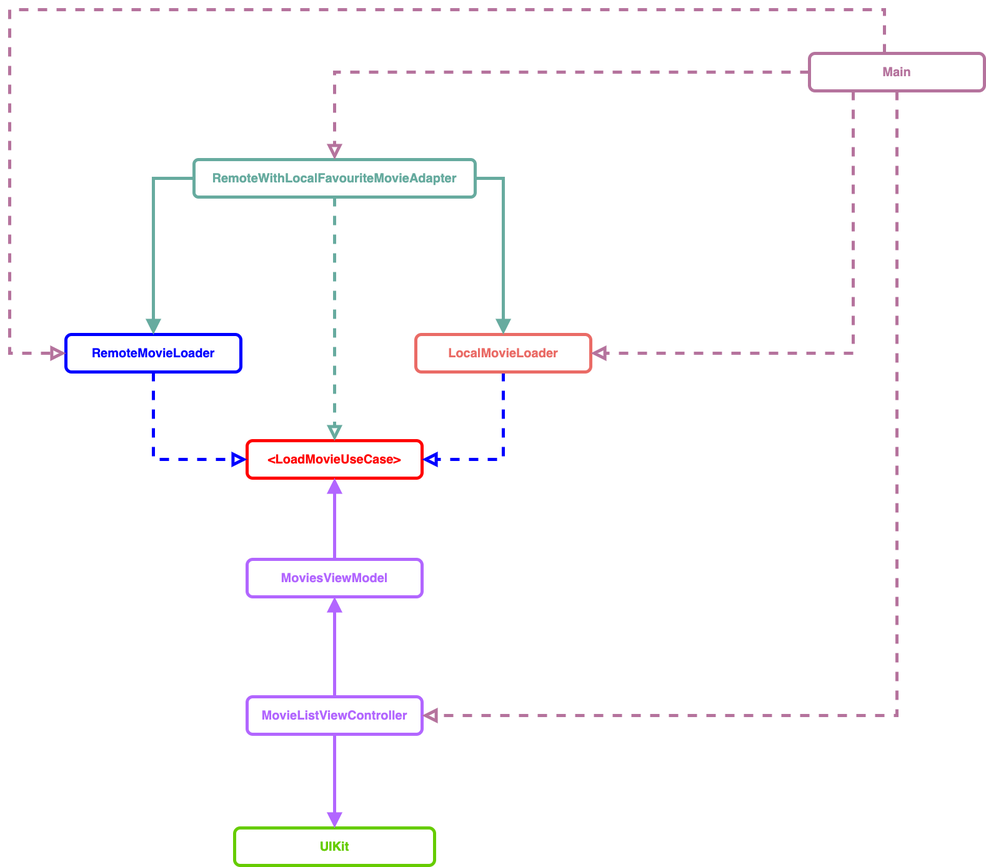
The draw.io diagram MVP Code Challenge Architecture.drawio.png in MehtabAhmad/MVPCodeChallenge, before a commit. Source tidied: cells renumbered, new cells last; positions are measured from the earlier drawing's top-left corner, leaving out a move shared by most shapes. Its diagram source:
```xml
<mxGraphModel background="#ffffff">
  <root>
    <mxCell id="0" />
    <mxCell id="1" parent="0" />
    <mxCell id="2" value="&lt;span style=&quot;font-size: 20px;&quot;&gt;&lt;font color=&quot;#66cc00&quot; style=&quot;font-size: 20px;&quot;&gt;UIKit&lt;/font&gt;&lt;/span&gt;" style="rounded=1;whiteSpace=wrap;html=1;fillColor=default;strokeWidth=5;strokeColor=#66CC00;fontSize=20;fontStyle=1;" parent="1" vertex="1">
      <mxGeometry x="360" y="1310" width="320" height="60" as="geometry" />
    </mxCell>
    <mxCell id="3" style="edgeStyle=orthogonalEdgeStyle;rounded=0;jettySize=auto;html=1;exitX=0.5;exitY=0;exitDx=0;exitDy=0;strokeColor=#B266FF;strokeWidth=5;fontSize=20;fontColor=#B5739D;endArrow=block;endFill=1;endSize=12;" parent="1" edge="1" source="5" target="21">
      <mxGeometry relative="1" as="geometry" />
    </mxCell>
    <mxCell id="4" style="edgeStyle=orthogonalEdgeStyle;rounded=0;jettySize=auto;html=1;exitX=0.5;exitY=1;exitDx=0;exitDy=0;entryX=0.5;entryY=0;entryDx=0;entryDy=0;strokeColor=#B266FF;strokeWidth=5;fontSize=20;fontColor=#B5739D;endArrow=block;endFill=1;endSize=12;" parent="1" edge="1" source="5" target="2">
      <mxGeometry relative="1" as="geometry" />
    </mxCell>
    <mxCell id="5" value="&lt;font style=&quot;font-size: 20px;&quot; color=&quot;#b266ff&quot;&gt;&lt;span style=&quot;font-size: 20px;&quot;&gt;MovieListViewController&lt;/span&gt;&lt;/font&gt;" style="rounded=1;whiteSpace=wrap;html=1;strokeColor=#B266FF;strokeWidth=5;fontSize=20;fontColor=#66CC00;fillColor=default;fontStyle=1;" parent="1" vertex="1">
      <mxGeometry x="380" y="1100" width="280" height="60" as="geometry" />
    </mxCell>
    <mxCell id="6" value="&lt;font color=&quot;#ff0000&quot; style=&quot;font-size: 20px;&quot;&gt;&lt;span style=&quot;font-size: 20px;&quot;&gt;&amp;lt;LoadMovieUseCase&amp;gt;&lt;/span&gt;&lt;/font&gt;" style="rounded=1;whiteSpace=wrap;html=1;strokeColor=#FF0000;strokeWidth=5;fontSize=20;fontColor=#66CC00;fillColor=default;fontStyle=1;" parent="1" vertex="1">
      <mxGeometry x="380" y="690" width="280" height="60" as="geometry" />
    </mxCell>
    <mxCell id="7" style="edgeStyle=orthogonalEdgeStyle;rounded=0;jettySize=auto;html=1;exitX=0.5;exitY=1;exitDx=0;exitDy=0;entryX=0;entryY=0.5;entryDx=0;entryDy=0;dashed=1;strokeColor=#0000FF;strokeWidth=5;fontSize=20;fontColor=#EA6B66;endArrow=block;endFill=0;endSize=12;fontStyle=1;" parent="1" edge="1" source="8" target="6">
      <mxGeometry relative="1" as="geometry" />
    </mxCell>
    <mxCell id="8" value="&lt;font color=&quot;#0000ff&quot; style=&quot;font-size: 20px;&quot;&gt;&lt;span style=&quot;font-size: 20px;&quot;&gt;RemoteMovieLoader&lt;/span&gt;&lt;/font&gt;" style="rounded=1;whiteSpace=wrap;html=1;strokeColor=#0000FF;strokeWidth=5;fontSize=20;fontColor=#66CC00;fillColor=default;fontStyle=1;" parent="1" vertex="1">
      <mxGeometry x="90" y="520" width="280" height="60" as="geometry" />
    </mxCell>
    <mxCell id="9" style="edgeStyle=orthogonalEdgeStyle;rounded=0;jettySize=auto;html=1;exitX=0.5;exitY=1;exitDx=0;exitDy=0;entryX=1;entryY=0.5;entryDx=0;entryDy=0;dashed=1;strokeColor=#0000FF;strokeWidth=5;fontSize=20;fontColor=#EA6B66;endArrow=block;endFill=0;endSize=12;fontStyle=1;" parent="1" edge="1" source="10" target="6">
      <mxGeometry relative="1" as="geometry" />
    </mxCell>
    <mxCell id="10" value="&lt;font color=&quot;#ea6b66&quot; style=&quot;font-size: 20px;&quot;&gt;&lt;span style=&quot;font-size: 20px;&quot;&gt;LocalMovieLoader&lt;/span&gt;&lt;/font&gt;" style="rounded=1;whiteSpace=wrap;html=1;strokeColor=#EA6B66;strokeWidth=5;fontSize=20;fontColor=#66CC00;fillColor=default;fontStyle=1;" parent="1" vertex="1">
      <mxGeometry x="650" y="520" width="280" height="60" as="geometry" />
    </mxCell>
    <mxCell id="11" style="edgeStyle=orthogonalEdgeStyle;rounded=0;jettySize=auto;html=1;exitX=0.5;exitY=1;exitDx=0;exitDy=0;entryX=0.5;entryY=0;entryDx=0;entryDy=0;dashed=1;strokeColor=#67AB9F;strokeWidth=5;fontSize=20;fontColor=#EA6B66;endArrow=block;endFill=0;endSize=12;fontStyle=1;" parent="1" edge="1" source="14" target="6">
      <mxGeometry relative="1" as="geometry" />
    </mxCell>
    <mxCell id="12" style="edgeStyle=orthogonalEdgeStyle;rounded=0;jettySize=auto;html=1;exitX=1;exitY=0.5;exitDx=0;exitDy=0;entryX=0.5;entryY=0;entryDx=0;entryDy=0;strokeColor=#67AB9F;strokeWidth=5;fontSize=20;fontColor=#EA6B66;endArrow=block;endFill=1;endSize=12;fontStyle=1;" parent="1" edge="1" source="14" target="10">
      <mxGeometry relative="1" as="geometry" />
    </mxCell>
    <mxCell id="13" style="edgeStyle=orthogonalEdgeStyle;rounded=0;jettySize=auto;html=1;exitX=0;exitY=0.5;exitDx=0;exitDy=0;entryX=0.5;entryY=0;entryDx=0;entryDy=0;strokeColor=#67AB9F;strokeWidth=5;fontSize=20;fontColor=#EA6B66;endArrow=block;endFill=1;endSize=12;fontStyle=1;" parent="1" edge="1" source="14" target="8">
      <mxGeometry relative="1" as="geometry" />
    </mxCell>
    <mxCell id="14" value="&lt;font color=&quot;#67ab9f&quot; style=&quot;font-size: 20px;&quot;&gt;&lt;span style=&quot;font-size: 20px;&quot;&gt;RemoteWithLocalFavouriteMovieAdapter&lt;/span&gt;&lt;/font&gt;" style="rounded=1;whiteSpace=wrap;html=1;strokeColor=#67AB9F;strokeWidth=5;fontSize=20;fontColor=#66CC00;fillColor=default;imageWidth=29;arcSize=12;fontStyle=1;" parent="1" vertex="1">
      <mxGeometry x="295" y="240" width="450" height="60" as="geometry" />
    </mxCell>
    <mxCell id="15" style="edgeStyle=orthogonalEdgeStyle;rounded=0;jettySize=auto;html=1;exitX=0;exitY=0.5;exitDx=0;exitDy=0;entryX=0;entryY=0.5;entryDx=0;entryDy=0;strokeColor=#B5739D;strokeWidth=5;fontSize=20;fontColor=#B5739D;endArrow=block;endFill=0;endSize=12;dashed=1;" parent="1" edge="1" source="19" target="8">
      <mxGeometry relative="1" as="geometry">
        <Array as="points">
          <mxPoint x="1400" y="100" />
          <mxPoint x="1400" />
          <mxPoint />
          <mxPoint y="550" />
        </Array>
      </mxGeometry>
    </mxCell>
    <mxCell id="16" style="edgeStyle=orthogonalEdgeStyle;rounded=0;jettySize=auto;html=1;exitX=0;exitY=0.5;exitDx=0;exitDy=0;entryX=0.5;entryY=0;entryDx=0;entryDy=0;strokeColor=#B5739D;strokeWidth=5;fontSize=20;fontColor=#B5739D;endArrow=block;endFill=0;endSize=12;dashed=1;" parent="1" edge="1" source="19" target="14">
      <mxGeometry relative="1" as="geometry" />
    </mxCell>
    <mxCell id="17" style="edgeStyle=orthogonalEdgeStyle;rounded=0;jettySize=auto;html=1;exitX=0.25;exitY=1;exitDx=0;exitDy=0;entryX=1;entryY=0.5;entryDx=0;entryDy=0;strokeColor=#B5739D;strokeWidth=5;fontSize=20;fontColor=#B5739D;endArrow=block;endFill=0;endSize=12;dashed=1;" parent="1" edge="1" source="19" target="10">
      <mxGeometry relative="1" as="geometry" />
    </mxCell>
    <mxCell id="18" style="edgeStyle=orthogonalEdgeStyle;rounded=0;jettySize=auto;html=1;exitX=0.5;exitY=1;exitDx=0;exitDy=0;entryX=1;entryY=0.5;entryDx=0;entryDy=0;strokeColor=#B5739D;strokeWidth=5;fontSize=20;fontColor=#B5739D;endArrow=block;endFill=0;endSize=12;dashed=1;" parent="1" edge="1" source="19" target="5">
      <mxGeometry relative="1" as="geometry" />
    </mxCell>
    <mxCell id="19" value="&lt;font color=&quot;#b5739d&quot; style=&quot;font-size: 20px;&quot;&gt;&lt;span style=&quot;font-size: 20px;&quot;&gt;Main&lt;/span&gt;&lt;/font&gt;" style="rounded=1;whiteSpace=wrap;html=1;strokeColor=#B5739D;strokeWidth=5;fontSize=20;fontColor=#66CC00;fillColor=default;fontStyle=1;" parent="1" vertex="1">
      <mxGeometry x="1280" y="70" width="280" height="60" as="geometry" />
    </mxCell>
    <mxCell id="20" style="edgeStyle=orthogonalEdgeStyle;rounded=0;jettySize=auto;html=1;exitX=0.5;exitY=0;exitDx=0;exitDy=0;entryX=0.5;entryY=1;entryDx=0;entryDy=0;strokeColor=#B266FF;strokeWidth=5;fontSize=20;fontColor=#B5739D;endArrow=block;endFill=1;endSize=12;" parent="1" edge="1" source="21" target="6">
      <mxGeometry relative="1" as="geometry" />
    </mxCell>
    <mxCell id="21" value="&lt;font style=&quot;font-size: 20px;&quot; color=&quot;#b266ff&quot;&gt;&lt;span style=&quot;font-size: 20px;&quot;&gt;MoviesViewModel&lt;/span&gt;&lt;/font&gt;" style="rounded=1;whiteSpace=wrap;html=1;strokeColor=#B266FF;strokeWidth=5;fontSize=20;fontColor=#66CC00;fillColor=default;fontStyle=1;" parent="1" vertex="1">
      <mxGeometry x="380" y="880" width="280" height="60" as="geometry" />
    </mxCell>
  </root>
</mxGraphModel>
```
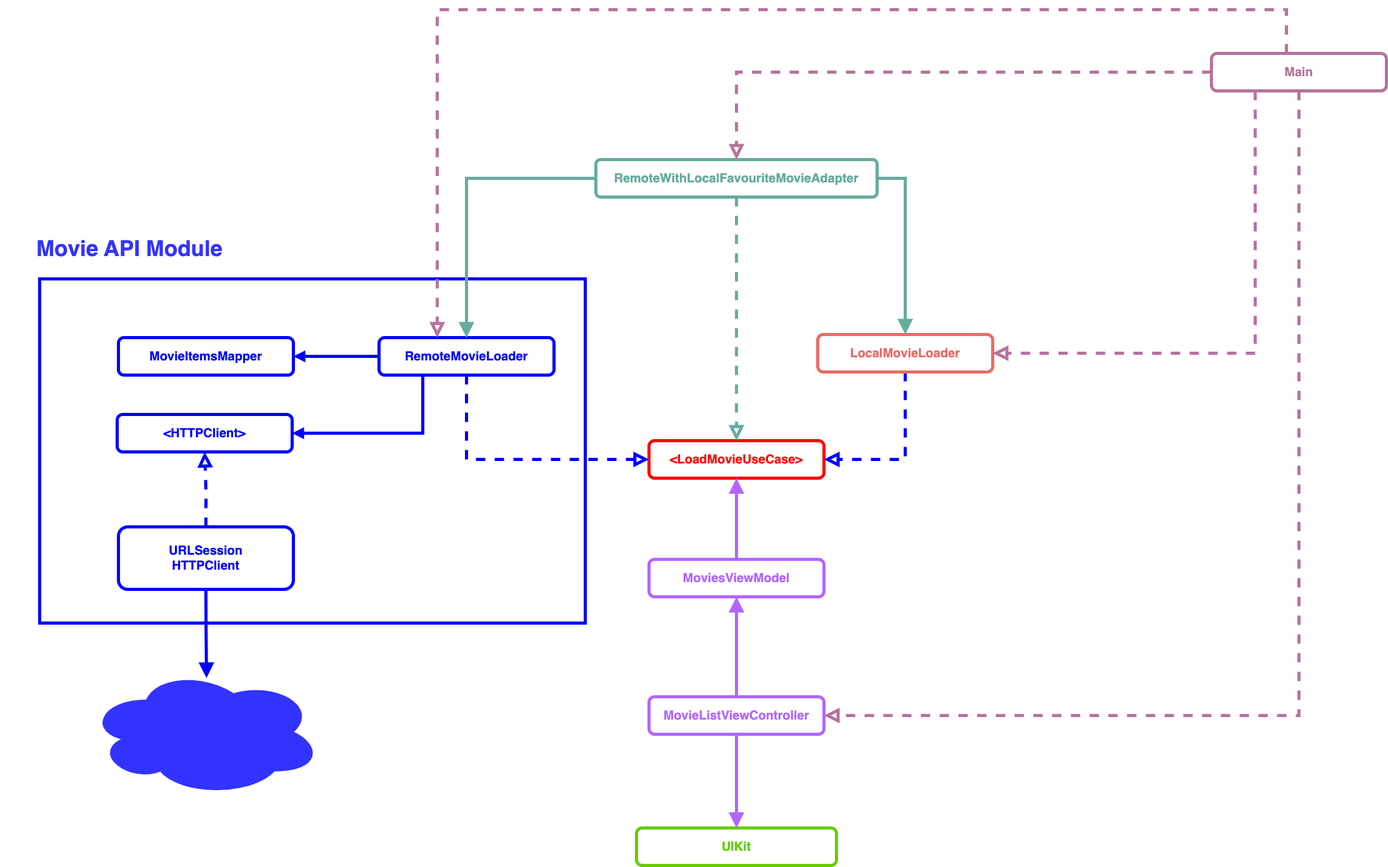
After the change.

Commit message:
Update architecture diagram

What changed in the source:
```diff
@@ -2,6 +2,9 @@
   <root>
     <mxCell id="0" />
     <mxCell id="1" parent="0" />
+    <mxCell id="22" style="rounded=0;whiteSpace=wrap;html=1;strokeColor=#0000FF;strokeWidth=5;" parent="1" vertex="1">
+      <mxGeometry x="-595" y="431" width="873" height="551" as="geometry" />
+    </mxCell>
     <mxCell id="2" value="&lt;span style=&quot;font-size: 20px;&quot;&gt;&lt;font color=&quot;#66cc00&quot; style=&quot;font-size: 20px;&quot;&gt;UIKit&lt;/font&gt;&lt;/span&gt;" style="rounded=1;whiteSpace=wrap;html=1;fillColor=default;strokeWidth=5;strokeColor=#66CC00;fontSize=20;fontStyle=1;" parent="1" vertex="1">
       <mxGeometry x="360" y="1310" width="320" height="60" as="geometry" />
     </mxCell>
@@ -20,8 +23,14 @@
     <mxCell id="7" style="edgeStyle=orthogonalEdgeStyle;rounded=0;jettySize=auto;html=1;exitX=0.5;exitY=1;exitDx=0;exitDy=0;entryX=0;entryY=0.5;entryDx=0;entryDy=0;dashed=1;strokeColor=#0000FF;strokeWidth=5;fontSize=20;fontColor=#EA6B66;endArrow=block;endFill=0;endSize=12;fontStyle=1;" parent="1" edge="1" source="8" target="6">
       <mxGeometry relative="1" as="geometry" />
     </mxCell>
+    <mxCell id="23" style="edgeStyle=orthogonalEdgeStyle;rounded=0;jettySize=auto;html=1;exitX=0;exitY=0.5;exitDx=0;exitDy=0;entryX=1;entryY=0.5;entryDx=0;entryDy=0;strokeColor=#0000FF;strokeWidth=5;endArrow=block;endFill=1;" parent="1" edge="1" source="8" target="25">
+      <mxGeometry relative="1" as="geometry" />
+    </mxCell>
+    <mxCell id="24" style="edgeStyle=orthogonalEdgeStyle;rounded=0;jettySize=auto;html=1;exitX=0.25;exitY=1;exitDx=0;exitDy=0;entryX=1;entryY=0.5;entryDx=0;entryDy=0;strokeColor=#0000FF;strokeWidth=5;endArrow=block;endFill=1;" parent="1" edge="1" source="8" target="26">
+      <mxGeometry relative="1" as="geometry" />
+    </mxCell>
     <mxCell id="8" value="&lt;font color=&quot;#0000ff&quot; style=&quot;font-size: 20px;&quot;&gt;&lt;span style=&quot;font-size: 20px;&quot;&gt;RemoteMovieLoader&lt;/span&gt;&lt;/font&gt;" style="rounded=1;whiteSpace=wrap;html=1;strokeColor=#0000FF;strokeWidth=5;fontSize=20;fontColor=#66CC00;fillColor=default;fontStyle=1;" parent="1" vertex="1">
-      <mxGeometry x="90" y="520" width="280" height="60" as="geometry" />
+      <mxGeometry x="-52" y="525" width="280" height="60" as="geometry" />
     </mxCell>
     <mxCell id="9" style="edgeStyle=orthogonalEdgeStyle;rounded=0;jettySize=auto;html=1;exitX=0.5;exitY=1;exitDx=0;exitDy=0;entryX=1;entryY=0.5;entryDx=0;entryDy=0;dashed=1;strokeColor=#0000FF;strokeWidth=5;fontSize=20;fontColor=#EA6B66;endArrow=block;endFill=0;endSize=12;fontStyle=1;" parent="1" edge="1" source="10" target="6">
       <mxGeometry relative="1" as="geometry" />
@@ -41,13 +50,12 @@
     <mxCell id="14" value="&lt;font color=&quot;#67ab9f&quot; style=&quot;font-size: 20px;&quot;&gt;&lt;span style=&quot;font-size: 20px;&quot;&gt;RemoteWithLocalFavouriteMovieAdapter&lt;/span&gt;&lt;/font&gt;" style="rounded=1;whiteSpace=wrap;html=1;strokeColor=#67AB9F;strokeWidth=5;fontSize=20;fontColor=#66CC00;fillColor=default;imageWidth=29;arcSize=12;fontStyle=1;" parent="1" vertex="1">
       <mxGeometry x="295" y="240" width="450" height="60" as="geometry" />
     </mxCell>
-    <mxCell id="15" style="edgeStyle=orthogonalEdgeStyle;rounded=0;jettySize=auto;html=1;exitX=0;exitY=0.5;exitDx=0;exitDy=0;entryX=0;entryY=0.5;entryDx=0;entryDy=0;strokeColor=#B5739D;strokeWidth=5;fontSize=20;fontColor=#B5739D;endArrow=block;endFill=0;endSize=12;dashed=1;" parent="1" edge="1" source="19" target="8">
+    <mxCell id="15" style="edgeStyle=orthogonalEdgeStyle;rounded=0;jettySize=auto;html=1;exitX=0;exitY=0.5;exitDx=0;exitDy=0;strokeColor=#B5739D;strokeWidth=5;fontSize=20;fontColor=#B5739D;endArrow=block;endFill=0;endSize=12;dashed=1;" parent="1" edge="1" source="19" target="8">
       <mxGeometry relative="1" as="geometry">
         <Array as="points">
           <mxPoint x="1400" y="100" />
           <mxPoint x="1400" />
-          <mxPoint />
-          <mxPoint y="550" />
+          <mxPoint x="41" />
         </Array>
       </mxGeometry>
     </mxCell>
@@ -69,5 +77,28 @@
     <mxCell id="21" value="&lt;font style=&quot;font-size: 20px;&quot; color=&quot;#b266ff&quot;&gt;&lt;span style=&quot;font-size: 20px;&quot;&gt;MoviesViewModel&lt;/span&gt;&lt;/font&gt;" style="rounded=1;whiteSpace=wrap;html=1;strokeColor=#B266FF;strokeWidth=5;fontSize=20;fontColor=#66CC00;fillColor=default;fontStyle=1;" parent="1" vertex="1">
       <mxGeometry x="380" y="880" width="280" height="60" as="geometry" />
     </mxCell>
+    <mxCell id="25" value="&lt;font color=&quot;#0000ff&quot;&gt;MovieItemsMapper&lt;/font&gt;" style="rounded=1;whiteSpace=wrap;html=1;strokeColor=#0000FF;strokeWidth=5;fontSize=20;fontColor=#66CC00;fillColor=default;fontStyle=1;" parent="1" vertex="1">
+      <mxGeometry x="-469" y="525" width="280" height="60" as="geometry" />
+    </mxCell>
+    <mxCell id="26" value="&lt;font color=&quot;#0000ff&quot; style=&quot;font-size: 20px;&quot;&gt;&lt;span style=&quot;font-size: 20px;&quot;&gt;&amp;lt;HTTPClient&amp;gt;&lt;/span&gt;&lt;/font&gt;" style="rounded=1;whiteSpace=wrap;html=1;strokeColor=#0000FF;strokeWidth=5;fontSize=20;fontColor=#66CC00;fillColor=default;fontStyle=1;" parent="1" vertex="1">
+      <mxGeometry x="-471" y="648" width="280" height="60" as="geometry" />
+    </mxCell>
+    <mxCell id="27" style="edgeStyle=orthogonalEdgeStyle;rounded=0;jettySize=auto;html=1;exitX=0.5;exitY=0;exitDx=0;exitDy=0;entryX=0.5;entryY=1;entryDx=0;entryDy=0;strokeColor=#0000FF;strokeWidth=5;endArrow=block;endFill=0;dashed=1;endSize=12;" parent="1" edge="1" source="29" target="26">
+      <mxGeometry relative="1" as="geometry" />
+    </mxCell>
+    <mxCell id="28" style="edgeStyle=orthogonalEdgeStyle;rounded=0;jettySize=auto;html=1;exitX=0.5;exitY=1;exitDx=0;exitDy=0;strokeColor=#0000FF;strokeWidth=5;endArrow=block;endFill=1;endSize=12;" parent="1" edge="1" source="29">
+      <mxGeometry relative="1" as="geometry">
+        <mxPoint x="-328" y="1070" as="targetPoint" />
+      </mxGeometry>
+    </mxCell>
+    <mxCell id="29" value="&lt;font color=&quot;#0000ff&quot; style=&quot;font-size: 20px;&quot;&gt;&lt;span style=&quot;font-size: 20px;&quot;&gt;URLSession&lt;br&gt;HTTPClient&lt;br&gt;&lt;/span&gt;&lt;/font&gt;" style="rounded=1;whiteSpace=wrap;html=1;strokeColor=#0000FF;strokeWidth=5;fontSize=20;fontColor=#66CC00;fillColor=default;fontStyle=1;" parent="1" vertex="1">
+      <mxGeometry x="-469" y="828" width="280" height="100" as="geometry" />
+    </mxCell>
+    <mxCell id="30" style="ellipse;shape=cloud;whiteSpace=wrap;html=1;strokeColor=#3333FF;strokeWidth=5;fillColor=#3333FF;" parent="1" vertex="1">
+      <mxGeometry x="-516" y="1057" width="370" height="200" as="geometry" />
+    </mxCell>
+    <mxCell id="31" value="&lt;font color=&quot;#3333ff&quot; size=&quot;1&quot; style=&quot;&quot;&gt;&lt;b style=&quot;font-size: 35px;&quot;&gt;Movie API Module&lt;/b&gt;&lt;/font&gt;" style="text;html=1;strokeColor=none;fillColor=none;align=center;verticalAlign=middle;whiteSpace=wrap;rounded=0;strokeWidth=5;" parent="1" vertex="1">
+      <mxGeometry x="-656" y="352" width="410" height="60" as="geometry" />
+    </mxCell>
   </root>
 </mxGraphModel>
```
